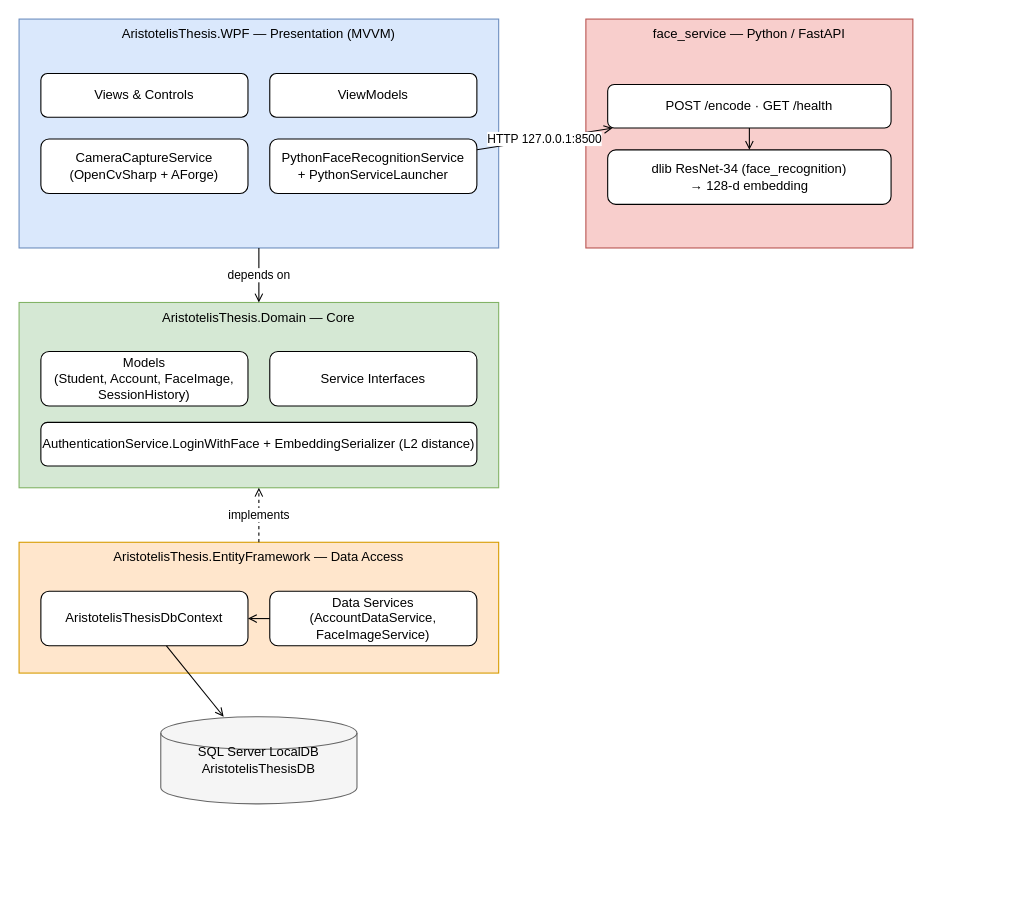
Earlier version of the draw.io diagram page "1. System Architecture" (1 of 9) of docs/diagrams/AristotelisThesis.drawio (AristotelisPallasidis/AristotelisThesis). Source tidied: cells renumbered, new cells numbered last; positions are measured from the earlier drawing's top-left corner, leaving out a move shared by most shapes. Both pictures are drawn from the tidied source at 109%, with x=0, y=0 at pixel (19, 19).
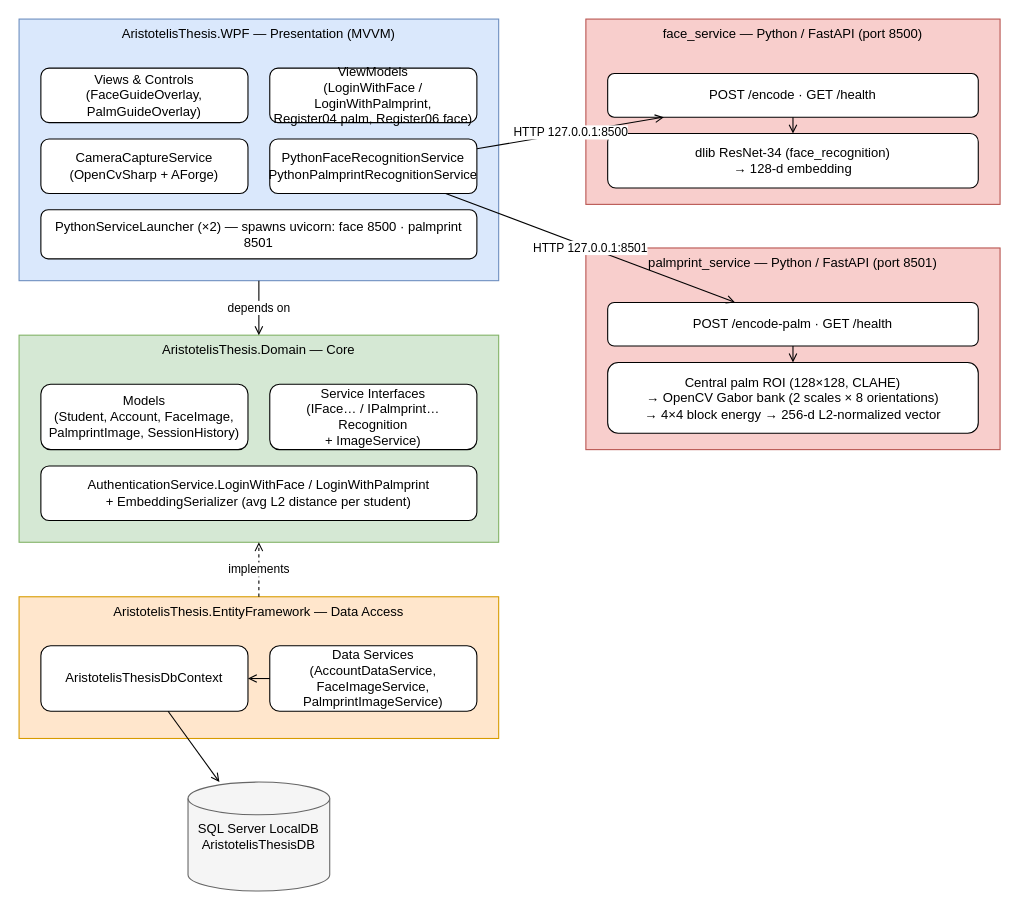
After the change.

Commit message (it also covers changes not shown here):
docs(diagrams): consolidate into the drawio file and cover palmprint

Change to the diagram source:
```diff
@@
     <mxCell id="2" value="AristotelisThesis.WPF — Presentation (MVVM)" style="rounded=0;whiteSpace=wrap;html=1;verticalAlign=top;fillColor=#dae8fc;strokeColor=#6c8ebf;" parent="1" vertex="1">
-      <mxGeometry width="440" height="210" as="geometry" />
+      <mxGeometry width="440" height="240" as="geometry" />
     </mxCell>
-    <mxCell id="3" value="Views &amp; Controls" style="rounded=1;whiteSpace=wrap;html=1;fillColor=#ffffff;" parent="1" vertex="1">
-      <mxGeometry x="20" y="50" width="190" height="40" as="geometry" />
+    <mxCell id="3" value="Views &amp; Controls&#10;(FaceGuideOverlay, PalmGuideOverlay)" style="rounded=1;whiteSpace=wrap;html=1;fillColor=#ffffff;" parent="1" vertex="1">
+      <mxGeometry x="20" y="45" width="190" height="50" as="geometry" />
     </mxCell>
-    <mxCell id="4" value="ViewModels" style="rounded=1;whiteSpace=wrap;html=1;fillColor=#ffffff;" parent="1" vertex="1">
-      <mxGeometry x="230" y="50" width="190" height="40" as="geometry" />
+    <mxCell id="4" value="ViewModels&#10;(LoginWithFace / LoginWithPalmprint,&#10;Register04 palm, Register06 face)" style="rounded=1;whiteSpace=wrap;html=1;fillColor=#ffffff;" parent="1" vertex="1">
+      <mxGeometry x="230" y="45" width="190" height="50" as="geometry" />
     </mxCell>
@@
-    <mxCell id="6" value="PythonFaceRecognitionService&#10;+ PythonServiceLauncher" style="rounded=1;whiteSpace=wrap;html=1;fillColor=#ffffff;" parent="1" vertex="1">
+    <mxCell id="6" value="PythonFaceRecognitionService&#10;PythonPalmprintRecognitionService" style="rounded=1;whiteSpace=wrap;html=1;fillColor=#ffffff;" parent="1" vertex="1">
       <mxGeometry x="230" y="110" width="190" height="50" as="geometry" />
     </mxCell>
+    <mxCell id="24" value="PythonServiceLauncher (×2) — spawns uvicorn: face 8500 · palmprint 8501" style="rounded=1;whiteSpace=wrap;html=1;fillColor=#ffffff;" parent="1" vertex="1">
+      <mxGeometry x="20" y="175" width="400" height="45" as="geometry" />
+    </mxCell>
     <mxCell id="7" value="AristotelisThesis.Domain — Core" style="rounded=0;whiteSpace=wrap;html=1;verticalAlign=top;fillColor=#d5e8d4;strokeColor=#82b366;" parent="1" vertex="1">
-      <mxGeometry y="260" width="440" height="170" as="geometry" />
+      <mxGeometry y="290" width="440" height="190" as="geometry" />
     </mxCell>
-    <mxCell id="8" value="Models&#10;(Student, Account, FaceImage, SessionHistory)" style="rounded=1;whiteSpace=wrap;html=1;fillColor=#ffffff;" parent="1" vertex="1">
-      <mxGeometry x="20" y="305" width="190" height="50" as="geometry" />
+    <mxCell id="8" value="Models&#10;(Student, Account, FaceImage,&#10;PalmprintImage, SessionHistory)" style="rounded=1;whiteSpace=wrap;html=1;fillColor=#ffffff;" parent="1" vertex="1">
+      <mxGeometry x="20" y="335" width="190" height="60" as="geometry" />
     </mxCell>
-    <mxCell id="9" value="Service Interfaces" style="rounded=1;whiteSpace=wrap;html=1;fillColor=#ffffff;" parent="1" vertex="1">
-      <mxGeometry x="230" y="305" width="190" height="50" as="geometry" />
+    <mxCell id="9" value="Service Interfaces&#10;(IFace… / IPalmprint… Recognition&#10;+ ImageService)" style="rounded=1;whiteSpace=wrap;html=1;fillColor=#ffffff;" parent="1" vertex="1">
+      <mxGeometry x="230" y="335" width="190" height="60" as="geometry" />
     </mxCell>
-    <mxCell id="10" value="AuthenticationService.LoginWithFace + EmbeddingSerializer (L2 distance)" style="rounded=1;whiteSpace=wrap;html=1;fillColor=#ffffff;" parent="1" vertex="1">
-      <mxGeometry x="20" y="370" width="400" height="40" as="geometry" />
+    <mxCell id="10" value="AuthenticationService.LoginWithFace / LoginWithPalmprint&#10;+ EmbeddingSerializer (avg L2 distance per student)" style="rounded=1;whiteSpace=wrap;html=1;fillColor=#ffffff;" parent="1" vertex="1">
+      <mxGeometry x="20" y="410" width="400" height="50" as="geometry" />
     </mxCell>
     <mxCell id="11" value="AristotelisThesis.EntityFramework — Data Access" style="rounded=0;whiteSpace=wrap;html=1;verticalAlign=top;fillColor=#ffe6cc;strokeColor=#d79b00;" parent="1" vertex="1">
-      <mxGeometry y="480" width="440" height="120" as="geometry" />
+      <mxGeometry y="530" width="440" height="130" as="geometry" />
     </mxCell>
     <mxCell id="12" value="AristotelisThesisDbContext" style="rounded=1;whiteSpace=wrap;html=1;fillColor=#ffffff;" parent="1" vertex="1">
-      <mxGeometry x="20" y="525" width="190" height="50" as="geometry" />
+      <mxGeometry x="20" y="575" width="190" height="60" as="geometry" />
     </mxCell>
-    <mxCell id="13" value="Data Services&#10;(AccountDataService, FaceImageService)" style="rounded=1;whiteSpace=wrap;html=1;fillColor=#ffffff;" parent="1" vertex="1">
-      <mxGeometry x="230" y="525" width="190" height="50" as="geometry" />
+    <mxCell id="13" value="Data Services&#10;(AccountDataService, FaceImageService,&#10;PalmprintImageService)" style="rounded=1;whiteSpace=wrap;html=1;fillColor=#ffffff;" parent="1" vertex="1">
+      <mxGeometry x="230" y="575" width="190" height="60" as="geometry" />
     </mxCell>
     <mxCell id="14" value="SQL Server LocalDB&#10;AristotelisThesisDB" style="shape=cylinder3;whiteSpace=wrap;html=1;fillColor=#f5f5f5;strokeColor=#666666;" parent="1" vertex="1">
-      <mxGeometry x="130" y="640" width="180" height="80" as="geometry" />
+      <mxGeometry x="155" y="700" width="130" height="100" as="geometry" />
     </mxCell>
-    <mxCell id="15" value="face_service — Python / FastAPI" style="rounded=0;whiteSpace=wrap;html=1;verticalAlign=top;fillColor=#f8cecc;strokeColor=#b85450;" parent="1" vertex="1">
-      <mxGeometry x="520" width="300" height="210" as="geometry" />
+    <mxCell id="15" value="face_service — Python / FastAPI (port 8500)" style="rounded=0;whiteSpace=wrap;html=1;verticalAlign=top;fillColor=#f8cecc;strokeColor=#b85450;" parent="1" vertex="1">
+      <mxGeometry x="520" width="380" height="170" as="geometry" />
     </mxCell>
     <mxCell id="16" value="POST /encode · GET /health" style="rounded=1;whiteSpace=wrap;html=1;fillColor=#ffffff;" parent="1" vertex="1">
-      <mxGeometry x="540" y="60" width="260" height="40" as="geometry" />
+      <mxGeometry x="540" y="50" width="340" height="40" as="geometry" />
     </mxCell>
     <mxCell id="17" value="dlib ResNet-34 (face_recognition)&#10;→ 128-d embedding" style="rounded=1;whiteSpace=wrap;html=1;fillColor=#ffffff;" parent="1" vertex="1">
-      <mxGeometry x="540" y="120" width="260" height="50" as="geometry" />
+      <mxGeometry x="540" y="105" width="340" height="50" as="geometry" />
     </mxCell>
+    <mxCell id="25" value="palmprint_service — Python / FastAPI (port 8501)" style="rounded=0;whiteSpace=wrap;html=1;verticalAlign=top;fillColor=#f8cecc;strokeColor=#b85450;" parent="1" vertex="1">
+      <mxGeometry x="520" y="210" width="380" height="185" as="geometry" />
+    </mxCell>
+    <mxCell id="26" value="POST /encode-palm · GET /health" style="rounded=1;whiteSpace=wrap;html=1;fillColor=#ffffff;" parent="1" vertex="1">
+      <mxGeometry x="540" y="260" width="340" height="40" as="geometry" />
+    </mxCell>
+    <mxCell id="27" value="Central palm ROI (128×128, CLAHE)&#10;→ OpenCV Gabor bank (2 scales × 8 orientations)&#10;→ 4×4 block energy → 256-d L2-normalized vector" style="rounded=1;whiteSpace=wrap;html=1;fillColor=#ffffff;" parent="1" vertex="1">
+      <mxGeometry x="540" y="315" width="340" height="65" as="geometry" />
+    </mxCell>
@@
+    <mxCell id="28" value="HTTP 127.0.0.1:8501" style="endArrow=open;html=1;" parent="1" edge="1" source="6" target="26">
+      <mxGeometry relative="1" as="geometry" />
+    </mxCell>
+    <mxCell id="29" style="endArrow=open;html=1;" parent="1" edge="1" source="26" target="27">
+      <mxGeometry relative="1" as="geometry" />
+    </mxCell>
```
